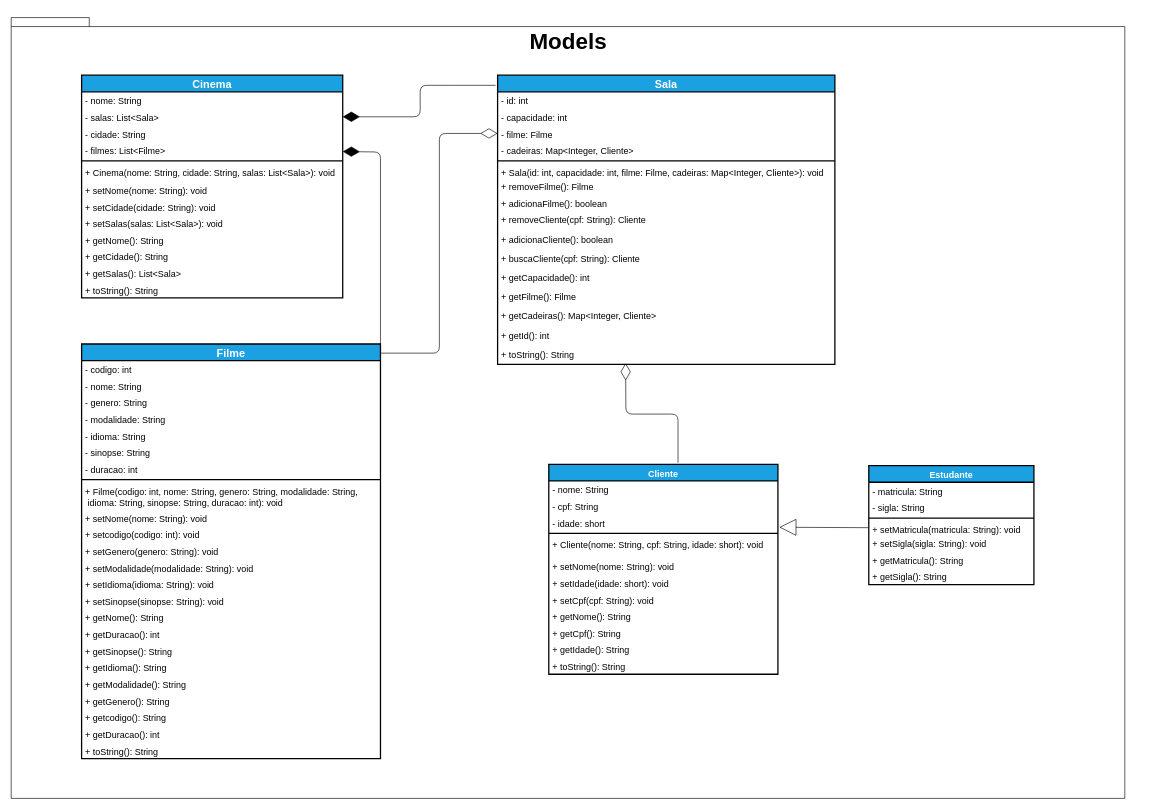
SamuelLost/projeto-poo keeps this draw.io diagram as docs/diagrama.drawio. Above is the earlier version. Source tidied: cells renumbered, new cells numbered last; positions are measured from the earlier drawing's top-left corner, leaving out a move shared by most shapes. Both pictures are drawn from the tidied source at 64%, with x=0, y=0 at pixel (11, 17).
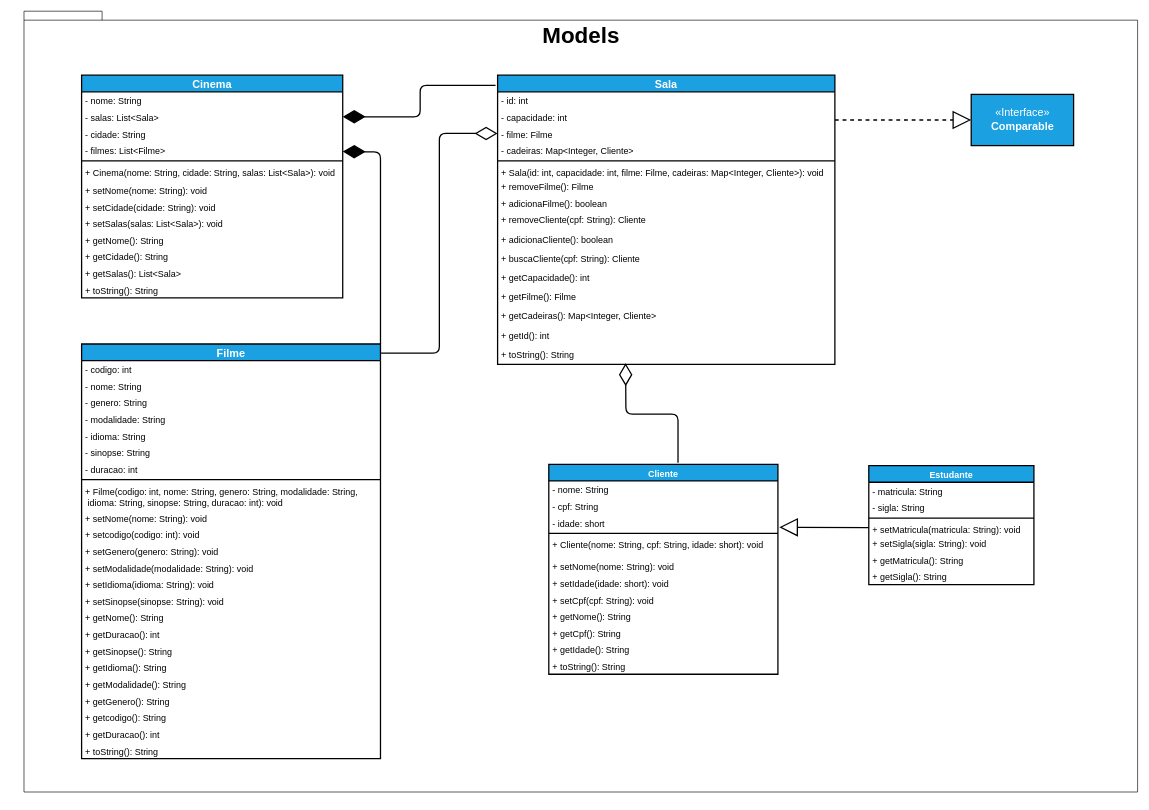
Above is the later version.

Unchanged cells that the change refers to:
```xml
<mxCell id="5" value="- salas: List&lt;Sala&gt;" style="text;align=left;verticalAlign=top;spacingLeft=4;spacingRight=4;overflow=hidden;points=[[0,0.5],[1,0.5]];portConstraint=eastwest;fontSize=14;" parent="3" vertex="1">
  <mxGeometry y="52" width="408" height="26" as="geometry" />
</mxCell>
<mxCell id="7" value="- filmes: List&lt;Filme&gt;" style="text;align=left;verticalAlign=top;spacingLeft=4;spacingRight=4;overflow=hidden;points=[[0,0.5],[1,0.5]];portConstraint=eastwest;fontSize=14;" parent="3" vertex="1">
  <mxGeometry y="104" width="408" height="26" as="geometry" />
</mxCell>
<mxCell id="17" value="Sala" style="swimlane;fontStyle=1;align=center;verticalAlign=middle;horizontal=1;startSize=26;fillColor=#1ba1e2;strokeColor=#000000;fontSize=17;strokeWidth=2;fontColor=#ffffff;" parent="1" vertex="1">
  <mxGeometry x="760" y="90" width="527" height="452" as="geometry" />
</mxCell>
<mxCell id="20" value="- filme: Filme" style="text;align=left;verticalAlign=top;spacingLeft=4;spacingRight=4;overflow=hidden;points=[[0,0.5],[1,0.5]];portConstraint=eastwest;fontSize=14;" parent="17" vertex="1">
  <mxGeometry y="78" width="527" height="26" as="geometry" />
</mxCell>
<mxCell id="34" value="Cliente" style="swimlane;fontStyle=1;align=center;verticalAlign=top;horizontal=1;startSize=26;fontSize=14;strokeWidth=2;fillColor=#1ba1e2;fontColor=#ffffff;strokeColor=#000000;" parent="1" vertex="1">
  <mxGeometry x="840" y="698" width="358" height="328" as="geometry" />
</mxCell>
<mxCell id="37" value="- idade: short" style="text;align=left;verticalAlign=top;spacingLeft=4;spacingRight=4;overflow=hidden;points=[[0,0.5],[1,0.5]];portConstraint=eastwest;fontSize=14;" parent="34" vertex="1">
  <mxGeometry y="78" width="358" height="26" as="geometry" />
</mxCell>
<mxCell id="47" value="Filme" style="swimlane;fontStyle=1;align=center;verticalAlign=middle;horizontal=1;startSize=26;fontSize=17;fillColor=#1ba1e2;fontColor=#ffffff;strokeColor=#000000;strokeWidth=2;labelPosition=center;verticalLabelPosition=middle;" parent="1" vertex="1">
  <mxGeometry x="110" y="510" width="467" height="648" as="geometry" />
</mxCell>
<mxCell id="76" value="+ setMatricula(matricula: String): void" style="text;align=left;verticalAlign=top;spacingLeft=4;spacingRight=4;overflow=hidden;points=[[0,0.5],[1,0.5]];portConstraint=eastwest;fontSize=14;" parent="72" vertex="1">
  <mxGeometry y="86" width="258" height="22" as="geometry" />
</mxCell>
```

What changed in the source:
```diff
@@
     <mxCell id="2" value="&lt;font style=&quot;font-size: 35px;&quot;&gt;Models&lt;/font&gt;" style="shape=folder;fontStyle=1;spacingTop=10;tabWidth=40;tabHeight=14;tabPosition=left;html=1;strokeColor=#000000;strokeWidth=1;verticalAlign=top;align=center;fontSize=35;" parent="1" vertex="1">
-      <mxGeometry width="1740" height="1220" as="geometry" />
+      <mxGeometry x="20" y="-10" width="1740" height="1220" as="geometry" />
     </mxCell>
-    <mxCell id="3" value="Cinema" style="swimlane;fontStyle=1;align=center;verticalAlign=middle;horizontal=1;startSize=26;fillColor=#1ba1e2;strokeColor=#000000;fontSize=17;fontColor=#ffffff;strokeWidth=2;" parent="1" vertex="1">
+    <mxCell id="3" value="Cinema" style="swimlane;fontStyle=1;align=center;verticalAlign=middle;horizontal=1;startSize=26;fillColor=#1ba1e2;strokeColor=#000000;fontSize=17;fontColor=#ffffff;strokeWidth=2;fontFamily=Helvetica;" parent="1" vertex="1">
       <mxGeometry x="110" y="90" width="408" height="348" as="geometry" />
     </mxCell>
@@
-    <mxCell id="80" style="endArrow=none;html=1;endSize=12;startArrow=diamondThin;startSize=24;startFill=1;edgeStyle=orthogonalEdgeStyle;align=left;verticalAlign=bottom;entryX=-0.006;entryY=0.035;entryDx=0;entryDy=0;entryPerimeter=0;endFill=0;fillColor=none;strokeWidth=1;fontSize=14;exitX=1;exitY=0.5;exitDx=0;exitDy=0;" parent="1" edge="1" source="5" target="17">
+    <mxCell id="80" style="endArrow=none;html=1;endSize=12;startArrow=diamondThin;startSize=30;startFill=1;edgeStyle=orthogonalEdgeStyle;align=left;verticalAlign=bottom;entryX=-0.006;entryY=0.035;entryDx=0;entryDy=0;entryPerimeter=0;endFill=0;fillColor=none;strokeWidth=2;fontSize=14;exitX=1;exitY=0.5;exitDx=0;exitDy=0;" parent="1" edge="1" source="5" target="17">
       <mxGeometry x="-0.8" y="40" relative="1" as="geometry" />
     </mxCell>
-    <mxCell id="81" style="endArrow=none;html=1;endSize=12;startArrow=diamondThin;startSize=24;startFill=0;edgeStyle=orthogonalEdgeStyle;align=left;verticalAlign=bottom;entryX=0.564;entryY=-0.008;entryDx=0;entryDy=0;entryPerimeter=0;endFill=0;fillColor=none;fontSize=14;" parent="1" edge="1" target="34">
+    <mxCell id="81" style="endArrow=none;html=1;endSize=12;startArrow=diamondThin;startSize=30;startFill=0;edgeStyle=orthogonalEdgeStyle;align=left;verticalAlign=bottom;entryX=0.564;entryY=-0.008;entryDx=0;entryDy=0;entryPerimeter=0;endFill=0;fillColor=none;fontSize=14;sourcePerimeterSpacing=1;strokeWidth=2;" parent="1" edge="1" target="34">
       <mxGeometry x="0.23" y="78" relative="1" as="geometry">
         <mxPoint x="960" y="540" as="sourcePoint" />
         <mxPoint x="-3" y="-20" as="offset" />
       </mxGeometry>
     </mxCell>
-    <mxCell id="82" style="endArrow=none;html=1;endSize=24;startArrow=diamondThin;startSize=24;startFill=0;edgeStyle=orthogonalEdgeStyle;align=left;verticalAlign=bottom;entryX=1.002;entryY=0.022;entryDx=0;entryDy=0;endFill=0;fillColor=none;fontSize=14;exitX=0;exitY=0.5;exitDx=0;exitDy=0;entryPerimeter=0;" parent="1" edge="1" source="20" target="47">
+    <mxCell id="82" style="endArrow=none;html=1;endSize=24;startArrow=diamondThin;startSize=30;startFill=0;edgeStyle=orthogonalEdgeStyle;align=left;verticalAlign=bottom;entryX=1.002;entryY=0.022;entryDx=0;entryDy=0;endFill=0;fillColor=none;fontSize=14;exitX=0;exitY=0.5;exitDx=0;exitDy=0;entryPerimeter=0;strokeWidth=2;" parent="1" edge="1" source="20" target="47">
       <mxGeometry x="-1" y="3" relative="1" as="geometry">
         <Array as="points">
           <mxPoint x="669" y="181" />
           <mxPoint x="669" y="524" />
         </Array>
       </mxGeometry>
     </mxCell>
-    <mxCell id="83" style="edgeStyle=none;html=1;exitX=0;exitY=0.5;exitDx=0;exitDy=0;startArrow=none;startFill=0;endArrow=block;endFill=0;startSize=24;endSize=24;entryX=1.006;entryY=0.782;entryDx=0;entryDy=0;entryPerimeter=0;fontSize=14;" parent="1" edge="1" source="76" target="37">
+    <mxCell id="83" style="edgeStyle=none;html=1;exitX=0;exitY=0.5;exitDx=0;exitDy=0;startArrow=none;startFill=0;endArrow=block;endFill=0;startSize=24;endSize=24;entryX=1.006;entryY=0.782;entryDx=0;entryDy=0;entryPerimeter=0;fontSize=14;strokeWidth=2;" parent="1" edge="1" source="76" target="37">
       <mxGeometry relative="1" as="geometry" />
     </mxCell>
-    <mxCell id="84" style="edgeStyle=none;html=1;endArrow=none;endFill=0;entryX=1;entryY=0;entryDx=0;entryDy=0;startArrow=diamondThin;startFill=1;endSize=11;startSize=24;" parent="1" edge="1" source="7" target="47">
+    <mxCell id="84" style="edgeStyle=none;html=1;endArrow=none;endFill=0;entryX=1;entryY=0;entryDx=0;entryDy=0;startArrow=diamondThin;startFill=1;endSize=11;startSize=30;strokeWidth=2;" parent="1" edge="1" source="7" target="47">
       <mxGeometry relative="1" as="geometry">
         <Array as="points">
           <mxPoint x="577" y="210" />
         </Array>
       </mxGeometry>
     </mxCell>
+    <mxCell id="85" value="«Interface»&lt;br style=&quot;font-size: 17px;&quot;&gt;&lt;b style=&quot;font-size: 17px;&quot;&gt;Comparable&lt;/b&gt;" style="html=1;fillColor=#1ba1e2;fontColor=#ffffff;strokeColor=#000000;fontSize=17;strokeWidth=2;" parent="1" vertex="1">
+      <mxGeometry x="1500" y="120" width="160" height="80" as="geometry" />
+    </mxCell>
+    <mxCell id="86" style="edgeStyle=none;html=1;exitX=1;exitY=-0.308;exitDx=0;exitDy=0;entryX=0;entryY=0.5;entryDx=0;entryDy=0;dashed=1;fontSize=17;startArrow=none;startFill=0;endArrow=block;endFill=0;startSize=24;endSize=24;strokeWidth=2;exitPerimeter=0;" parent="1" edge="1" source="20" target="85">
+      <mxGeometry relative="1" as="geometry" />
+    </mxCell>
```
